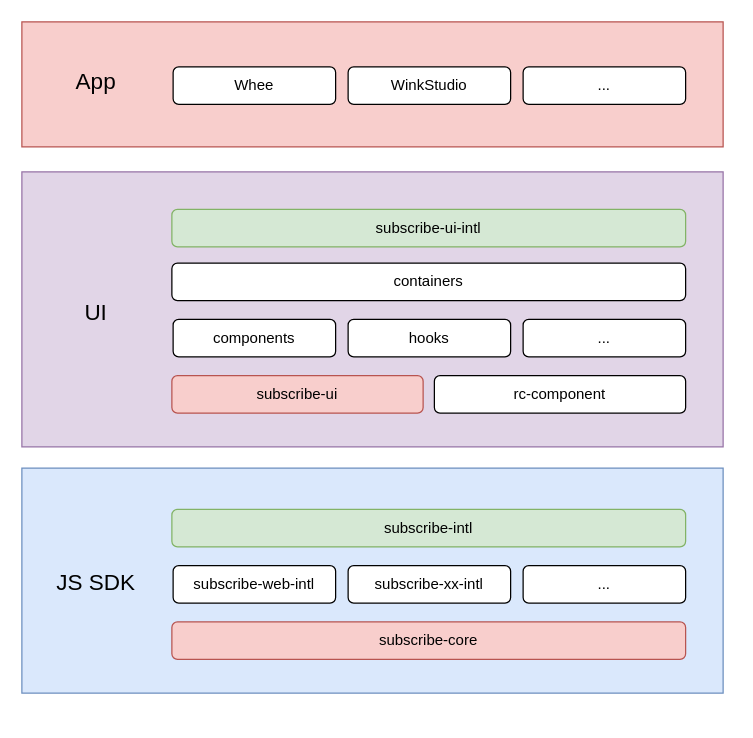
Earlier version of the draw.io diagram page "第 9 页" (9 of 9) of Untitled Diagram.drawio (leer0911/draw.io). Source tidied: cells renumbered, new cells numbered last; positions are measured from the earlier drawing's top-left corner, leaving out a move shared by most shapes. Both pictures are drawn from the tidied source at 125%, with x=0, y=0 at pixel (21, 21).
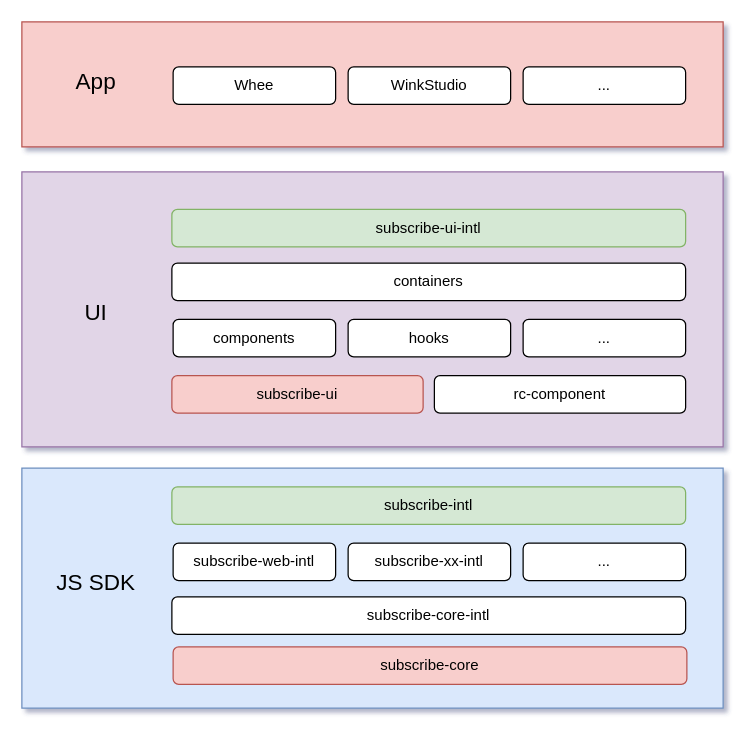
After the change.

The edit, as a diff of the source:
```diff
@@
-<mxGraphModel>
+<mxGraphModel shadow="1">
@@
     <mxCell id="2" style="rounded=0;whiteSpace=wrap;html=1;fontFamily=Helvetica;fontSize=12;strokeColor=#6c8ebf;fillColor=#dae8fc;" parent="1" vertex="1">
-      <mxGeometry y="357" width="561" height="180" as="geometry" />
+      <mxGeometry y="357" width="561" height="192" as="geometry" />
     </mxCell>
-    <mxCell id="3" value="subscribe-core" style="rounded=1;whiteSpace=wrap;html=1;fillColor=#f8cecc;strokeColor=#b85450;" parent="1" vertex="1">
-      <mxGeometry x="120" y="480" width="411" height="30" as="geometry" />
+    <mxCell id="3" value="subscribe-core-intl" style="rounded=1;whiteSpace=wrap;html=1;" parent="1" vertex="1">
+      <mxGeometry x="120" y="460" width="411" height="30" as="geometry" />
     </mxCell>
     <mxCell id="4" value="subscribe-intl" style="rounded=1;whiteSpace=wrap;html=1;fillColor=#d5e8d4;strokeColor=#82b366;" parent="1" vertex="1">
-      <mxGeometry x="120" y="390" width="411" height="30" as="geometry" />
+      <mxGeometry x="120" y="372" width="411" height="30" as="geometry" />
     </mxCell>
     <mxCell id="5" value="subscribe-web-intl" style="rounded=1;whiteSpace=wrap;html=1;" parent="1" vertex="1">
-      <mxGeometry x="121" y="435" width="130" height="30" as="geometry" />
+      <mxGeometry x="121" y="417" width="130" height="30" as="geometry" />
     </mxCell>
@@
     <mxCell id="7" value="subscribe-xx-intl" style="rounded=1;whiteSpace=wrap;html=1;" parent="1" vertex="1">
-      <mxGeometry x="261" y="435" width="130" height="30" as="geometry" />
+      <mxGeometry x="261" y="417" width="130" height="30" as="geometry" />
     </mxCell>
     <mxCell id="8" value="..." style="rounded=1;whiteSpace=wrap;html=1;" parent="1" vertex="1">
-      <mxGeometry x="401" y="435" width="130" height="30" as="geometry" />
+      <mxGeometry x="401" y="417" width="130" height="30" as="geometry" />
     </mxCell>
@@
+    <mxCell id="23" value="subscribe-core" style="rounded=1;whiteSpace=wrap;html=1;fillColor=#f8cecc;strokeColor=#b85450;" parent="1" vertex="1">
+      <mxGeometry x="121" y="500" width="411" height="30" as="geometry" />
+    </mxCell>
```
